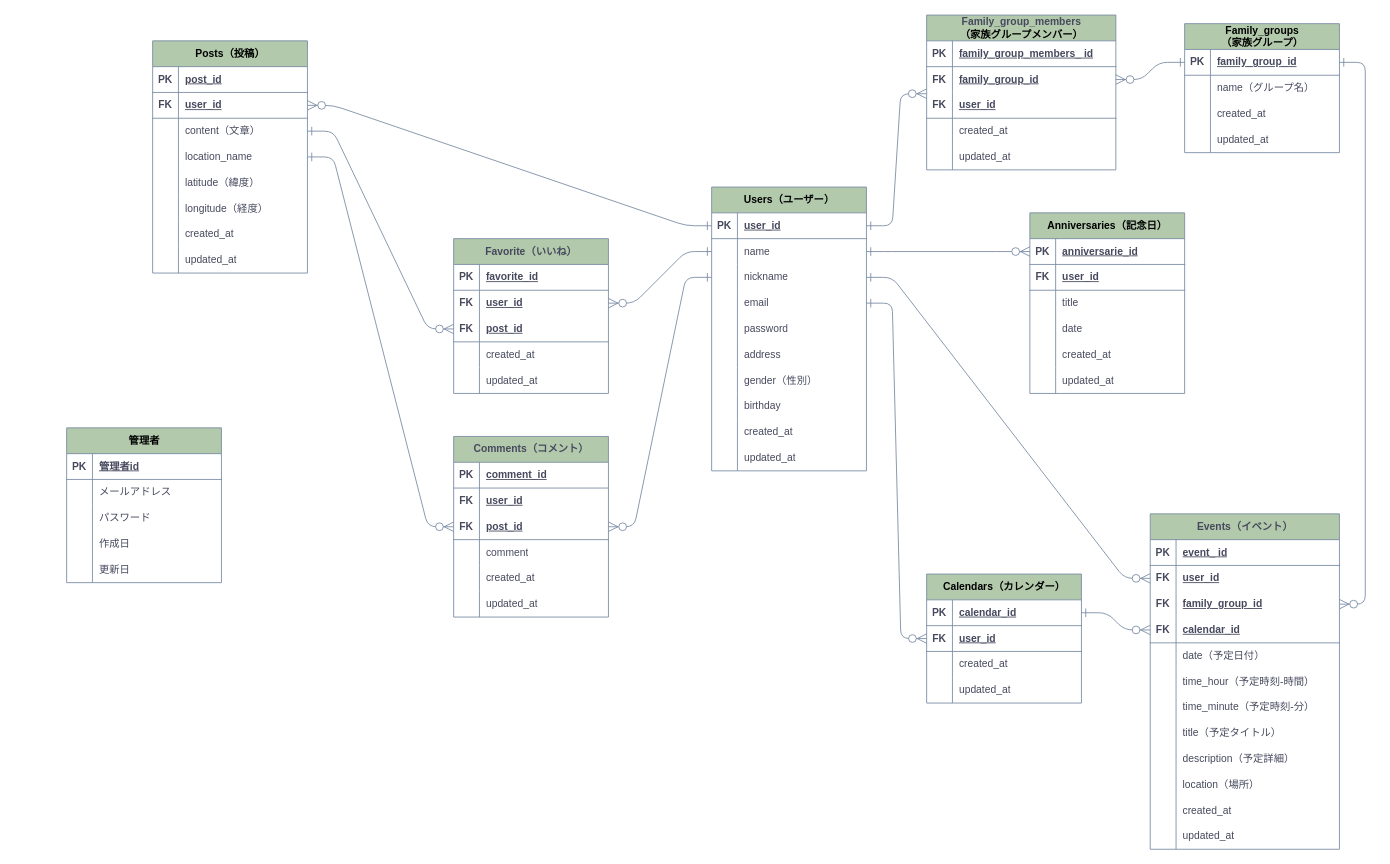
Above: 家族インフラ.drawio in Ganmo3/drawio (draw.io), before the change. Source tidied: cells renumbered, new cells numbered last; positions are measured from the earlier drawing's top-left corner, leaving out a move shared by most shapes. Both pictures are drawn from the tidied source at 86%, with x=0, y=0 at pixel (-683, -101).
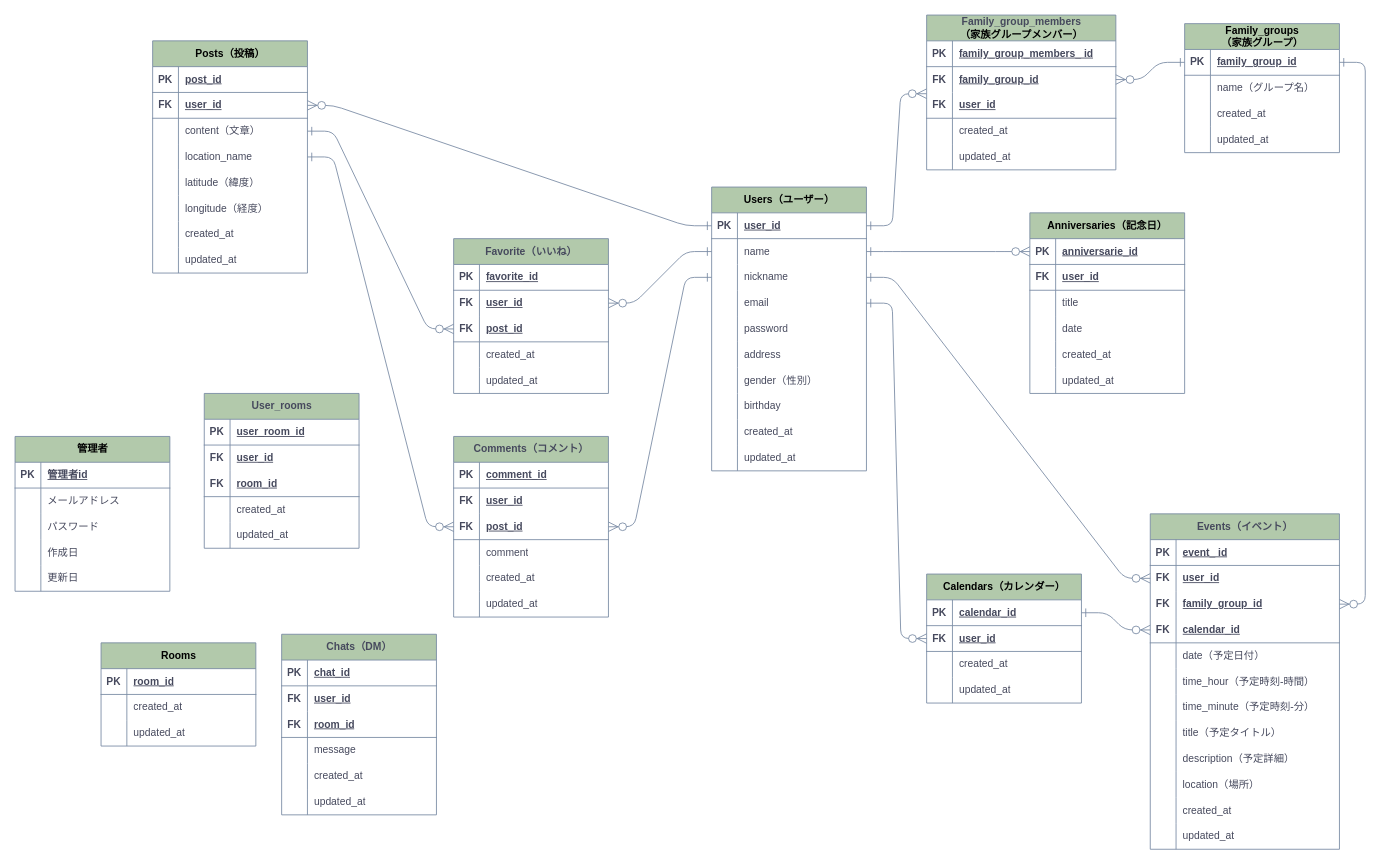
After the change.

Commit message (it also covers changes not shown here):
家族インフラ.drawio を更新します

What changed in the source:
```diff
@@
     <mxCell id="2" value="&lt;font color=&quot;#000000&quot;&gt;管理者&lt;/font&gt;" style="shape=table;startSize=30;childLayout=tableLayout;rowLines=0;fontStyle=1;align=center;html=1;strokeColor=#788AA3;fontFamily=Helvetica;fontSize=12;fontColor=#46495D;fillColor=#B2C9AB;labelBackgroundColor=none;" parent="1" vertex="1">
-      <mxGeometry x="871" y="615" width="180" height="180" as="geometry" />
+      <mxGeometry x="811" y="625" width="180" height="180" as="geometry" />
     </mxCell>
@@
+    <mxCell id="227" value="User_rooms" style="shape=table;startSize=30;childLayout=tableLayout;rowLines=0;fontStyle=1;align=center;html=1;strokeColor=#788AA3;fontFamily=Helvetica;fontSize=12;fillColor=#B2C9AB;labelBackgroundColor=none;fontColor=#46495D;" parent="1" vertex="1">
+      <mxGeometry x="1031" y="575" width="180" height="180" as="geometry" />
+    </mxCell>
+    <mxCell id="228" style="shape=tableRow;horizontal=0;startSize=0;swimlaneHead=0;swimlaneBody=0;fillColor=none;top=0;left=0;right=0;bottom=1;strokeColor=#788AA3;fontFamily=Helvetica;fontSize=12;fontColor=#46495D;html=1;labelBackgroundColor=none;" parent="227" vertex="1">
+      <mxGeometry y="30" width="180" height="30" as="geometry" />
+    </mxCell>
+    <mxCell id="229" value="PK" style="shape=partialRectangle;fillColor=none;top=0;left=0;bottom=0;right=0;fontStyle=1;overflow=hidden;whiteSpace=wrap;html=1;strokeColor=#788AA3;fontFamily=Helvetica;fontSize=12;fontColor=#46495D;startSize=23;labelBackgroundColor=none;" parent="228" vertex="1">
+      <mxGeometry width="30" height="30" as="geometry" />
+    </mxCell>
+    <mxCell id="230" value="user_room_id" style="shape=partialRectangle;fillColor=none;top=0;left=0;bottom=0;right=0;align=left;spacingLeft=6;fontStyle=5;overflow=hidden;whiteSpace=wrap;html=1;strokeColor=#788AA3;fontFamily=Helvetica;fontSize=12;fontColor=#46495D;startSize=23;labelBackgroundColor=none;" parent="228" vertex="1">
+      <mxGeometry x="30" width="150" height="30" as="geometry" />
+    </mxCell>
+    <mxCell id="231" style="shape=tableRow;horizontal=0;startSize=0;swimlaneHead=0;swimlaneBody=0;fillColor=none;top=0;left=0;right=0;bottom=0;strokeColor=#788AA3;fontFamily=Helvetica;fontSize=12;fontColor=#46495D;html=1;labelBackgroundColor=none;" parent="227" vertex="1">
+      <mxGeometry y="60" width="180" height="30" as="geometry" />
+    </mxCell>
+    <mxCell id="232" value="&lt;b&gt;FK&lt;/b&gt;" style="shape=partialRectangle;fillColor=none;top=0;left=0;bottom=0;right=0;overflow=hidden;whiteSpace=wrap;html=1;strokeColor=#788AA3;fontFamily=Helvetica;fontSize=12;fontColor=#46495D;startSize=23;labelBackgroundColor=none;" parent="231" vertex="1">
+      <mxGeometry width="30" height="30" as="geometry" />
+    </mxCell>
+    <mxCell id="233" value="&lt;u&gt;&lt;b&gt;user_id&lt;/b&gt;&lt;/u&gt;" style="shape=partialRectangle;fillColor=none;top=0;left=0;bottom=0;right=0;align=left;spacingLeft=6;overflow=hidden;whiteSpace=wrap;html=1;strokeColor=#788AA3;fontFamily=Helvetica;fontSize=12;fontColor=#46495D;startSize=23;labelBackgroundColor=none;" parent="231" vertex="1">
+      <mxGeometry x="30" width="150" height="30" as="geometry" />
+    </mxCell>
+    <mxCell id="234" style="shape=tableRow;horizontal=0;startSize=0;swimlaneHead=0;swimlaneBody=0;fillColor=none;top=0;left=0;right=0;bottom=1;strokeColor=#788AA3;fontFamily=Helvetica;fontSize=12;fontColor=#46495D;html=1;labelBackgroundColor=none;" parent="227" vertex="1">
+      <mxGeometry y="90" width="180" height="30" as="geometry" />
+    </mxCell>
+    <mxCell id="235" value="FK" style="shape=partialRectangle;fillColor=none;top=0;left=0;bottom=0;right=0;fontStyle=1;overflow=hidden;whiteSpace=wrap;html=1;strokeColor=#788AA3;fontFamily=Helvetica;fontSize=12;fontColor=#46495D;startSize=23;labelBackgroundColor=none;" parent="234" vertex="1">
+      <mxGeometry width="30" height="30" as="geometry" />
+    </mxCell>
+    <mxCell id="236" value="room_id" style="shape=partialRectangle;fillColor=none;top=0;left=0;bottom=0;right=0;align=left;spacingLeft=6;fontStyle=5;overflow=hidden;whiteSpace=wrap;html=1;strokeColor=#788AA3;fontFamily=Helvetica;fontSize=12;fontColor=#46495D;startSize=23;labelBackgroundColor=none;" parent="234" vertex="1">
+      <mxGeometry x="30" width="150" height="30" as="geometry" />
+    </mxCell>
+    <mxCell id="237" style="shape=tableRow;horizontal=0;startSize=0;swimlaneHead=0;swimlaneBody=0;fillColor=none;top=0;left=0;right=0;bottom=0;strokeColor=#788AA3;fontFamily=Helvetica;fontSize=12;fontColor=#46495D;html=1;labelBackgroundColor=none;" parent="227" vertex="1">
+      <mxGeometry y="120" width="180" height="30" as="geometry" />
+    </mxCell>
+    <mxCell id="238" style="shape=partialRectangle;fillColor=none;top=0;left=0;bottom=0;right=0;overflow=hidden;whiteSpace=wrap;html=1;strokeColor=#788AA3;fontFamily=Helvetica;fontSize=12;fontColor=#46495D;startSize=23;labelBackgroundColor=none;" parent="237" vertex="1">
+      <mxGeometry width="30" height="30" as="geometry" />
+    </mxCell>
+    <mxCell id="239" value="created_at" style="shape=partialRectangle;fillColor=none;top=0;left=0;bottom=0;right=0;align=left;spacingLeft=6;overflow=hidden;whiteSpace=wrap;html=1;strokeColor=#788AA3;fontFamily=Helvetica;fontSize=12;fontColor=#46495D;startSize=23;labelBackgroundColor=none;" parent="237" vertex="1">
+      <mxGeometry x="30" width="150" height="30" as="geometry" />
+    </mxCell>
+    <mxCell id="240" style="shape=tableRow;horizontal=0;startSize=0;swimlaneHead=0;swimlaneBody=0;fillColor=none;top=0;left=0;right=0;bottom=0;strokeColor=#788AA3;fontFamily=Helvetica;fontSize=12;fontColor=#46495D;html=1;labelBackgroundColor=none;" parent="227" vertex="1">
+      <mxGeometry y="150" width="180" height="30" as="geometry" />
+    </mxCell>
+    <mxCell id="241" style="shape=partialRectangle;fillColor=none;top=0;left=0;bottom=0;right=0;overflow=hidden;whiteSpace=wrap;html=1;strokeColor=#788AA3;fontFamily=Helvetica;fontSize=12;fontColor=#46495D;startSize=23;labelBackgroundColor=none;" parent="240" vertex="1">
+      <mxGeometry width="30" height="30" as="geometry" />
+    </mxCell>
+    <mxCell id="242" value="updated_at" style="shape=partialRectangle;fillColor=none;top=0;left=0;bottom=0;right=0;align=left;spacingLeft=6;overflow=hidden;whiteSpace=wrap;html=1;strokeColor=#788AA3;fontFamily=Helvetica;fontSize=12;fontColor=#46495D;startSize=23;labelBackgroundColor=none;" parent="240" vertex="1">
+      <mxGeometry x="30" width="150" height="30" as="geometry" />
+    </mxCell>
+    <mxCell id="243" value="&lt;font color=&quot;#000000&quot;&gt;Rooms&lt;/font&gt;" style="shape=table;startSize=30;childLayout=tableLayout;rowLines=0;fontStyle=1;align=center;html=1;strokeColor=#788AA3;fontFamily=Helvetica;fontSize=12;fontColor=#46495D;fillColor=#B2C9AB;labelBackgroundColor=none;" parent="1" vertex="1">
+      <mxGeometry x="911" y="865" width="180" height="120" as="geometry" />
+    </mxCell>
+    <mxCell id="244" style="shape=tableRow;horizontal=0;startSize=0;swimlaneHead=0;swimlaneBody=0;fillColor=none;top=0;left=0;right=0;bottom=1;strokeColor=#788AA3;fontFamily=Helvetica;fontSize=12;fontColor=#46495D;html=1;labelBackgroundColor=none;" parent="243" vertex="1">
+      <mxGeometry y="30" width="180" height="30" as="geometry" />
+    </mxCell>
+    <mxCell id="245" value="PK" style="shape=partialRectangle;fillColor=none;top=0;left=0;bottom=0;right=0;fontStyle=1;overflow=hidden;whiteSpace=wrap;html=1;strokeColor=#788AA3;fontFamily=Helvetica;fontSize=12;fontColor=#46495D;startSize=23;labelBackgroundColor=none;" parent="244" vertex="1">
+      <mxGeometry width="30" height="30" as="geometry" />
+    </mxCell>
+    <mxCell id="246" value="room_id" style="shape=partialRectangle;fillColor=none;top=0;left=0;bottom=0;right=0;align=left;spacingLeft=6;fontStyle=5;overflow=hidden;whiteSpace=wrap;html=1;strokeColor=#788AA3;fontFamily=Helvetica;fontSize=12;fontColor=#46495D;startSize=23;labelBackgroundColor=none;" parent="244" vertex="1">
+      <mxGeometry x="30" width="150" height="30" as="geometry" />
+    </mxCell>
+    <mxCell id="247" style="shape=tableRow;horizontal=0;startSize=0;swimlaneHead=0;swimlaneBody=0;fillColor=none;top=0;left=0;right=0;bottom=0;strokeColor=#788AA3;fontFamily=Helvetica;fontSize=12;fontColor=#46495D;html=1;labelBackgroundColor=none;" parent="243" vertex="1">
+      <mxGeometry y="60" width="180" height="30" as="geometry" />
+    </mxCell>
+    <mxCell id="248" style="shape=partialRectangle;fillColor=none;top=0;left=0;bottom=0;right=0;overflow=hidden;whiteSpace=wrap;html=1;strokeColor=#788AA3;fontFamily=Helvetica;fontSize=12;fontColor=#46495D;startSize=23;labelBackgroundColor=none;" parent="247" vertex="1">
+      <mxGeometry width="30" height="30" as="geometry" />
+    </mxCell>
+    <mxCell id="249" value="created_at" style="shape=partialRectangle;fillColor=none;top=0;left=0;bottom=0;right=0;align=left;spacingLeft=6;overflow=hidden;whiteSpace=wrap;html=1;strokeColor=#788AA3;fontFamily=Helvetica;fontSize=12;fontColor=#46495D;startSize=23;labelBackgroundColor=none;" parent="247" vertex="1">
+      <mxGeometry x="30" width="150" height="30" as="geometry" />
+    </mxCell>
+    <mxCell id="250" style="shape=tableRow;horizontal=0;startSize=0;swimlaneHead=0;swimlaneBody=0;fillColor=none;top=0;left=0;right=0;bottom=0;strokeColor=#788AA3;fontFamily=Helvetica;fontSize=12;fontColor=#46495D;html=1;labelBackgroundColor=none;" parent="243" vertex="1">
+      <mxGeometry y="90" width="180" height="30" as="geometry" />
+    </mxCell>
+    <mxCell id="251" style="shape=partialRectangle;fillColor=none;top=0;left=0;bottom=0;right=0;overflow=hidden;whiteSpace=wrap;html=1;strokeColor=#788AA3;fontFamily=Helvetica;fontSize=12;fontColor=#46495D;startSize=23;labelBackgroundColor=none;" parent="250" vertex="1">
+      <mxGeometry width="30" height="30" as="geometry" />
+    </mxCell>
+    <mxCell id="252" value="updated_at" style="shape=partialRectangle;fillColor=none;top=0;left=0;bottom=0;right=0;align=left;spacingLeft=6;overflow=hidden;whiteSpace=wrap;html=1;strokeColor=#788AA3;fontFamily=Helvetica;fontSize=12;fontColor=#46495D;startSize=23;labelBackgroundColor=none;" parent="250" vertex="1">
+      <mxGeometry x="30" width="150" height="30" as="geometry" />
+    </mxCell>
+    <mxCell id="253" value="Chats（DM）" style="shape=table;startSize=30;childLayout=tableLayout;rowLines=0;fontStyle=1;align=center;html=1;strokeColor=#788AA3;fontFamily=Helvetica;fontSize=12;fillColor=#B2C9AB;labelBackgroundColor=none;fontColor=#46495D;" parent="1" vertex="1">
+      <mxGeometry x="1121" y="855" width="180" height="210" as="geometry" />
+    </mxCell>
+    <mxCell id="254" style="shape=tableRow;horizontal=0;startSize=0;swimlaneHead=0;swimlaneBody=0;fillColor=none;top=0;left=0;right=0;bottom=1;strokeColor=#788AA3;fontFamily=Helvetica;fontSize=12;fontColor=#46495D;html=1;labelBackgroundColor=none;" parent="253" vertex="1">
+      <mxGeometry y="30" width="180" height="30" as="geometry" />
+    </mxCell>
+    <mxCell id="255" value="PK" style="shape=partialRectangle;fillColor=none;top=0;left=0;bottom=0;right=0;fontStyle=1;overflow=hidden;whiteSpace=wrap;html=1;strokeColor=#788AA3;fontFamily=Helvetica;fontSize=12;fontColor=#46495D;startSize=23;labelBackgroundColor=none;" parent="254" vertex="1">
+      <mxGeometry width="30" height="30" as="geometry" />
+    </mxCell>
+    <mxCell id="256" value="chat_id" style="shape=partialRectangle;fillColor=none;top=0;left=0;bottom=0;right=0;align=left;spacingLeft=6;fontStyle=5;overflow=hidden;whiteSpace=wrap;html=1;strokeColor=#788AA3;fontFamily=Helvetica;fontSize=12;fontColor=#46495D;startSize=23;labelBackgroundColor=none;" parent="254" vertex="1">
+      <mxGeometry x="30" width="150" height="30" as="geometry" />
+    </mxCell>
+    <mxCell id="257" style="shape=tableRow;horizontal=0;startSize=0;swimlaneHead=0;swimlaneBody=0;fillColor=none;top=0;left=0;right=0;bottom=0;strokeColor=#788AA3;fontFamily=Helvetica;fontSize=12;fontColor=#46495D;html=1;labelBackgroundColor=none;" parent="253" vertex="1">
+      <mxGeometry y="60" width="180" height="30" as="geometry" />
+    </mxCell>
+    <mxCell id="258" value="&lt;b&gt;FK&lt;/b&gt;" style="shape=partialRectangle;fillColor=none;top=0;left=0;bottom=0;right=0;overflow=hidden;whiteSpace=wrap;html=1;strokeColor=#788AA3;fontFamily=Helvetica;fontSize=12;fontColor=#46495D;startSize=23;labelBackgroundColor=none;" parent="257" vertex="1">
+      <mxGeometry width="30" height="30" as="geometry" />
+    </mxCell>
+    <mxCell id="259" value="&lt;u&gt;&lt;b&gt;user_id&lt;/b&gt;&lt;/u&gt;" style="shape=partialRectangle;fillColor=none;top=0;left=0;bottom=0;right=0;align=left;spacingLeft=6;overflow=hidden;whiteSpace=wrap;html=1;strokeColor=#788AA3;fontFamily=Helvetica;fontSize=12;fontColor=#46495D;startSize=23;labelBackgroundColor=none;" parent="257" vertex="1">
+      <mxGeometry x="30" width="150" height="30" as="geometry" />
+    </mxCell>
+    <mxCell id="260" style="shape=tableRow;horizontal=0;startSize=0;swimlaneHead=0;swimlaneBody=0;fillColor=none;top=0;left=0;right=0;bottom=1;strokeColor=#788AA3;fontFamily=Helvetica;fontSize=12;fontColor=#46495D;html=1;labelBackgroundColor=none;" parent="253" vertex="1">
+      <mxGeometry y="90" width="180" height="30" as="geometry" />
+    </mxCell>
+    <mxCell id="261" value="FK" style="shape=partialRectangle;fillColor=none;top=0;left=0;bottom=0;right=0;fontStyle=1;overflow=hidden;whiteSpace=wrap;html=1;strokeColor=#788AA3;fontFamily=Helvetica;fontSize=12;fontColor=#46495D;startSize=23;labelBackgroundColor=none;" parent="260" vertex="1">
+      <mxGeometry width="30" height="30" as="geometry" />
+    </mxCell>
+    <mxCell id="262" value="room_id" style="shape=partialRectangle;fillColor=none;top=0;left=0;bottom=0;right=0;align=left;spacingLeft=6;fontStyle=5;overflow=hidden;whiteSpace=wrap;html=1;strokeColor=#788AA3;fontFamily=Helvetica;fontSize=12;fontColor=#46495D;startSize=23;labelBackgroundColor=none;" parent="260" vertex="1">
+      <mxGeometry x="30" width="150" height="30" as="geometry" />
+    </mxCell>
+    <mxCell id="263" style="shape=tableRow;horizontal=0;startSize=0;swimlaneHead=0;swimlaneBody=0;fillColor=none;top=0;left=0;right=0;bottom=0;strokeColor=#788AA3;fontFamily=Helvetica;fontSize=12;fontColor=#46495D;html=1;labelBackgroundColor=none;" parent="253" vertex="1">
+      <mxGeometry y="120" width="180" height="30" as="geometry" />
+    </mxCell>
+    <mxCell id="264" style="shape=partialRectangle;fillColor=none;top=0;left=0;bottom=0;right=0;overflow=hidden;whiteSpace=wrap;html=1;strokeColor=#788AA3;fontFamily=Helvetica;fontSize=12;fontColor=#46495D;startSize=23;labelBackgroundColor=none;" parent="263" vertex="1">
+      <mxGeometry width="30" height="30" as="geometry" />
+    </mxCell>
+    <mxCell id="265" value="message" style="shape=partialRectangle;fillColor=none;top=0;left=0;bottom=0;right=0;align=left;spacingLeft=6;overflow=hidden;whiteSpace=wrap;html=1;strokeColor=#788AA3;fontFamily=Helvetica;fontSize=12;fontColor=#46495D;startSize=23;labelBackgroundColor=none;" parent="263" vertex="1">
+      <mxGeometry x="30" width="150" height="30" as="geometry" />
+    </mxCell>
+    <mxCell id="266" style="shape=tableRow;horizontal=0;startSize=0;swimlaneHead=0;swimlaneBody=0;fillColor=none;top=0;left=0;right=0;bottom=0;strokeColor=#788AA3;fontFamily=Helvetica;fontSize=12;fontColor=#46495D;html=1;labelBackgroundColor=none;" parent="253" vertex="1">
+      <mxGeometry y="150" width="180" height="30" as="geometry" />
+    </mxCell>
+    <mxCell id="267" style="shape=partialRectangle;fillColor=none;top=0;left=0;bottom=0;right=0;overflow=hidden;whiteSpace=wrap;html=1;strokeColor=#788AA3;fontFamily=Helvetica;fontSize=12;fontColor=#46495D;startSize=23;labelBackgroundColor=none;" parent="266" vertex="1">
+      <mxGeometry width="30" height="30" as="geometry" />
+    </mxCell>
+    <mxCell id="268" value="created_at" style="shape=partialRectangle;fillColor=none;top=0;left=0;bottom=0;right=0;align=left;spacingLeft=6;overflow=hidden;whiteSpace=wrap;html=1;strokeColor=#788AA3;fontFamily=Helvetica;fontSize=12;fontColor=#46495D;startSize=23;labelBackgroundColor=none;" parent="266" vertex="1">
+      <mxGeometry x="30" width="150" height="30" as="geometry" />
+    </mxCell>
+    <mxCell id="269" style="shape=tableRow;horizontal=0;startSize=0;swimlaneHead=0;swimlaneBody=0;fillColor=none;top=0;left=0;right=0;bottom=0;strokeColor=#788AA3;fontFamily=Helvetica;fontSize=12;fontColor=#46495D;html=1;labelBackgroundColor=none;" parent="253" vertex="1">
+      <mxGeometry y="180" width="180" height="30" as="geometry" />
+    </mxCell>
+    <mxCell id="270" style="shape=partialRectangle;fillColor=none;top=0;left=0;bottom=0;right=0;overflow=hidden;whiteSpace=wrap;html=1;strokeColor=#788AA3;fontFamily=Helvetica;fontSize=12;fontColor=#46495D;startSize=23;labelBackgroundColor=none;" parent="269" vertex="1">
+      <mxGeometry width="30" height="30" as="geometry" />
+    </mxCell>
+    <mxCell id="271" value="updated_at" style="shape=partialRectangle;fillColor=none;top=0;left=0;bottom=0;right=0;align=left;spacingLeft=6;overflow=hidden;whiteSpace=wrap;html=1;strokeColor=#788AA3;fontFamily=Helvetica;fontSize=12;fontColor=#46495D;startSize=23;labelBackgroundColor=none;" parent="269" vertex="1">
+      <mxGeometry x="30" width="150" height="30" as="geometry" />
+    </mxCell>
```
